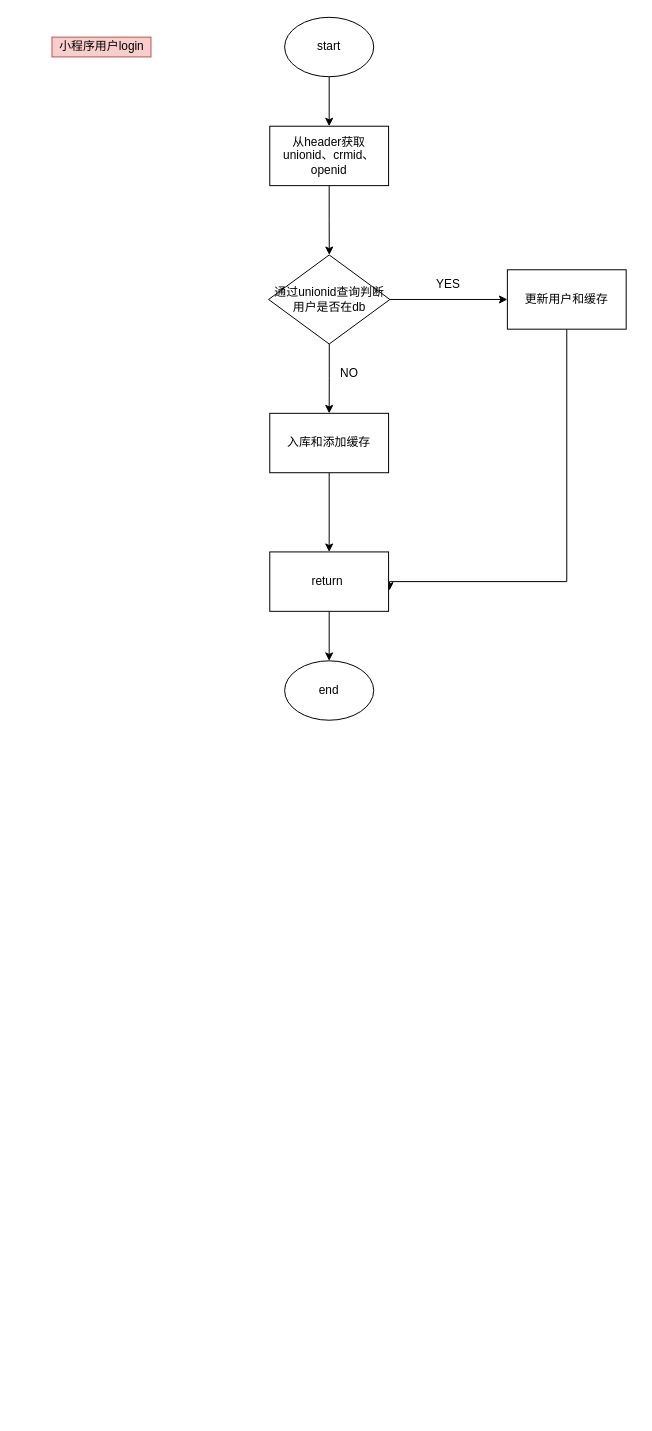
Before: miniprojectlogin.drawio in FocusZhouGD/drawprogram, a draw.io diagram. Source tidied: cells renumbered, new cells numbered last; positions are measured from the earlier drawing's top-left corner, leaving out a move shared by most shapes. Both pictures are drawn from the tidied source at 99%, with x=0, y=0 at pixel (51, 17).
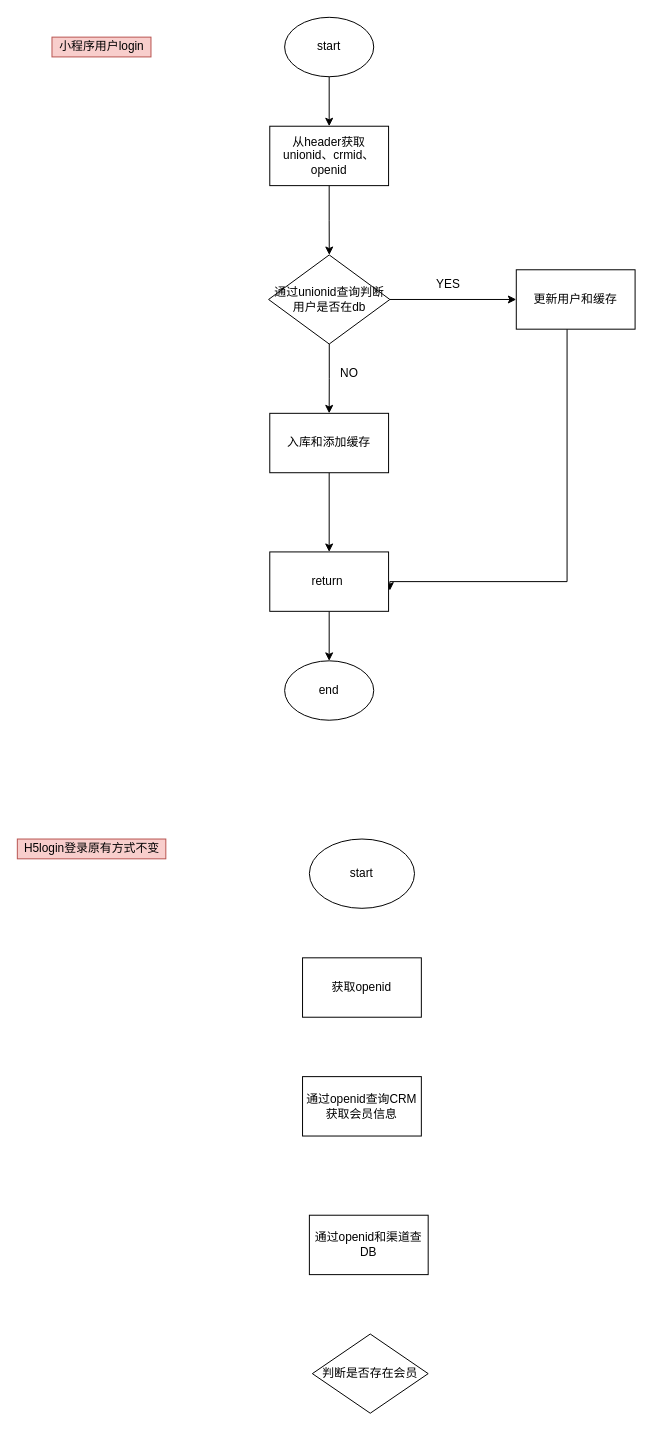
Above is the later version.

Unchanged cells that the change refers to:
```xml
<mxCell id="14" value="return&amp;nbsp;" style="rounded=0;whiteSpace=wrap;html=1;" parent="1" vertex="1">
  <mxGeometry x="220" y="540" width="120" height="60" as="geometry" />
</mxCell>
```

What changed in the source:
```diff
@@
-    <mxCell id="11" style="edgeStyle=orthogonalEdgeStyle;rounded=0;jettySize=auto;html=1;entryX=1.008;entryY=0.65;entryDx=0;entryDy=0;entryPerimeter=0;" parent="1" edge="1" source="12" target="14">
+    <mxCell id="11" style="edgeStyle=orthogonalEdgeStyle;rounded=0;orthogonalLoop=1;jettySize=auto;html=1;entryX=1.008;entryY=0.65;entryDx=0;entryDy=0;entryPerimeter=0;" parent="1" edge="1">
       <mxGeometry relative="1" as="geometry">
+        <mxPoint x="520.3" y="315" as="sourcePoint" />
+        <mxPoint x="341.3" y="579" as="targetPoint" />
         <Array as="points">
-          <mxPoint x="520" y="570" />
-          <mxPoint x="341" y="570" />
+          <mxPoint x="520.3" y="570" />
+          <mxPoint x="341.3" y="570" />
         </Array>
       </mxGeometry>
     </mxCell>
     <mxCell id="12" value="更新用户和缓存" style="rounded=0;whiteSpace=wrap;html=1;" parent="1" vertex="1">
-      <mxGeometry x="460" y="255" width="120" height="60" as="geometry" />
+      <mxGeometry x="469" y="255" width="120" height="60" as="geometry" />
     </mxCell>
@@
+    <mxCell id="19" value="H5login登录原有方式不变" style="text;html=1;align=center;verticalAlign=middle;strokeColor=#b85450;fillColor=#f8cecc;" parent="1" vertex="1">
+      <mxGeometry x="-35" y="830" width="150" height="20" as="geometry" />
+    </mxCell>
+    <mxCell id="20" value="start" style="ellipse;whiteSpace=wrap;html=1;" parent="1" vertex="1">
+      <mxGeometry x="260" y="830" width="106.2" height="70" as="geometry" />
+    </mxCell>
+    <mxCell id="21" value="获取openid" style="rounded=0;whiteSpace=wrap;html=1;" parent="1" vertex="1">
+      <mxGeometry x="253.1" y="950" width="120" height="60" as="geometry" />
+    </mxCell>
+    <mxCell id="22" value="通过openid查询CRM获取会员信息&lt;br&gt;" style="rounded=0;whiteSpace=wrap;html=1;" parent="1" vertex="1">
+      <mxGeometry x="253.1" y="1070" width="120" height="60" as="geometry" />
+    </mxCell>
+    <mxCell id="23" value="通过openid和渠道查DB" style="rounded=0;whiteSpace=wrap;html=1;" parent="1" vertex="1">
+      <mxGeometry x="260" y="1210" width="120" height="60" as="geometry" />
+    </mxCell>
+    <mxCell id="24" value="判断是否存在会员" style="rhombus;whiteSpace=wrap;html=1;" parent="1" vertex="1">
+      <mxGeometry x="263" y="1330" width="117" height="80" as="geometry" />
+    </mxCell>
```
